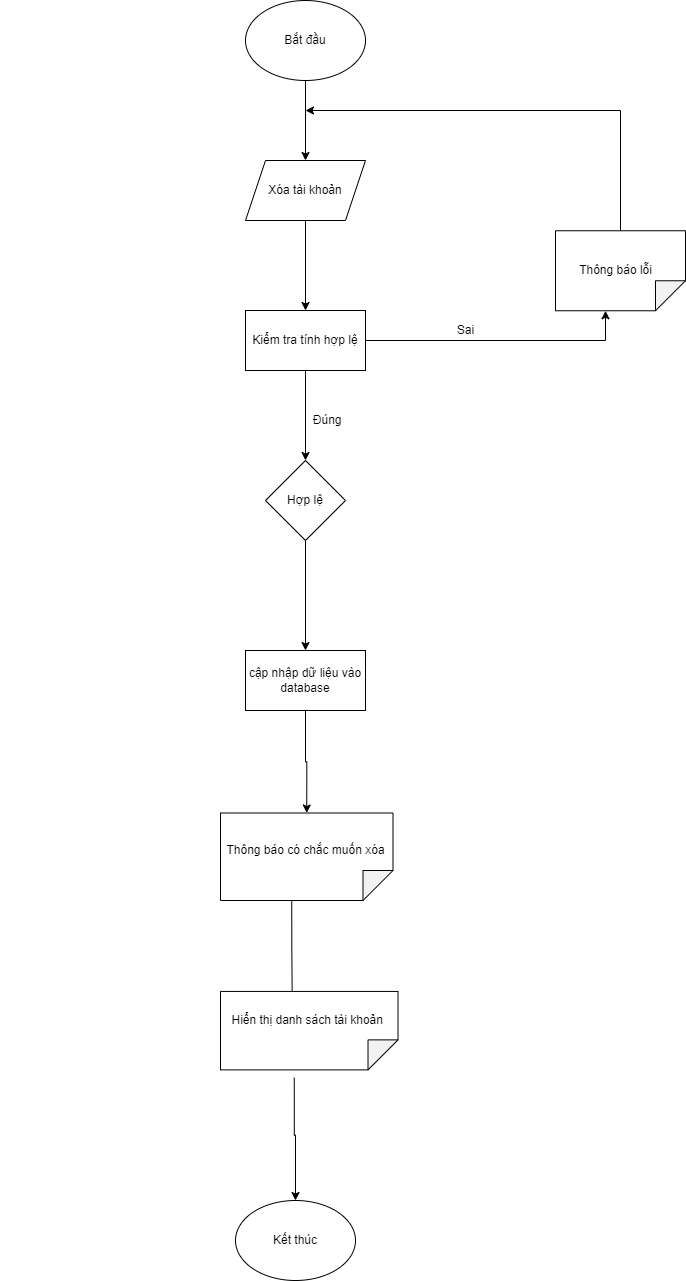
hungtadasuke/CoffeShop_SoftwareTechnology keeps this draw.io diagram as Word/PRD/PNG/xoataikhoan.drawio.png. Above is the earlier version. Source tidied: cells renumbered, new cells last; positions are measured from the earlier drawing's top-left corner, leaving out a move shared by most shapes. Its diagram source:
```xml
<mxGraphModel>
  <root>
    <mxCell id="0" />
    <mxCell id="1" parent="0" />
    <mxCell id="2" style="edgeStyle=orthogonalEdgeStyle;rounded=0;jettySize=auto;html=1;entryX=0.5;entryY=0;entryDx=0;entryDy=0;" parent="1" edge="1" source="3" target="5">
      <mxGeometry relative="1" as="geometry" />
    </mxCell>
    <mxCell id="3" value="Bắt đầu" style="ellipse;whiteSpace=wrap;html=1;" parent="1" vertex="1">
      <mxGeometry x="245" width="120" height="80" as="geometry" />
    </mxCell>
    <mxCell id="4" style="edgeStyle=orthogonalEdgeStyle;rounded=0;jettySize=auto;html=1;" parent="1" edge="1" source="5" target="8">
      <mxGeometry relative="1" as="geometry" />
    </mxCell>
    <mxCell id="5" value="Xóa tài khoản" style="shape=parallelogram;perimeter=parallelogramPerimeter;whiteSpace=wrap;html=1;fixedSize=1;" parent="1" vertex="1">
      <mxGeometry x="245" y="160" width="120" height="60" as="geometry" />
    </mxCell>
    <mxCell id="6" style="edgeStyle=orthogonalEdgeStyle;rounded=0;jettySize=auto;html=1;entryX=0.5;entryY=0;entryDx=0;entryDy=0;" parent="1" edge="1" source="8" target="10">
      <mxGeometry relative="1" as="geometry" />
    </mxCell>
    <mxCell id="7" style="edgeStyle=orthogonalEdgeStyle;rounded=0;jettySize=auto;html=1;exitX=1;exitY=0.5;exitDx=0;exitDy=0;entryX=0;entryY=0;entryDx=80;entryDy=80;entryPerimeter=0;" parent="1" edge="1" source="8" target="11">
      <mxGeometry relative="1" as="geometry" />
    </mxCell>
    <mxCell id="8" value="Kiểm tra tính hợp lệ" style="rounded=0;whiteSpace=wrap;html=1;" parent="1" vertex="1">
      <mxGeometry x="245" y="310" width="120" height="60" as="geometry" />
    </mxCell>
    <mxCell id="9" style="edgeStyle=orthogonalEdgeStyle;rounded=0;jettySize=auto;html=1;entryX=0.5;entryY=0;entryDx=0;entryDy=0;" parent="1" edge="1" source="10" target="13">
      <mxGeometry relative="1" as="geometry" />
    </mxCell>
    <mxCell id="10" value="Hợp lệ" style="rhombus;whiteSpace=wrap;html=1;" parent="1" vertex="1">
      <mxGeometry x="265" y="460" width="80" height="80" as="geometry" />
    </mxCell>
    <mxCell id="11" style="shape=note;whiteSpace=wrap;html=1;backgroundOutline=1;darkOpacity=0.05;rotation=90;" parent="1" vertex="1">
      <mxGeometry x="580" y="205.3" width="80" height="130" as="geometry" />
    </mxCell>
    <mxCell id="12" style="edgeStyle=orthogonalEdgeStyle;rounded=0;jettySize=auto;html=1;entryX=0;entryY=0.5;entryDx=0;entryDy=0;entryPerimeter=0;" parent="1" edge="1" source="13" target="15">
      <mxGeometry relative="1" as="geometry" />
    </mxCell>
    <mxCell id="13" value="cập nhập dữ liệu vào database" style="rounded=0;whiteSpace=wrap;html=1;" parent="1" vertex="1">
      <mxGeometry x="245" y="650" width="120" height="60" as="geometry" />
    </mxCell>
    <mxCell id="14" style="edgeStyle=orthogonalEdgeStyle;rounded=0;jettySize=auto;html=1;exitX=0;exitY=0;exitDx=87.5;exitDy=101.25;exitPerimeter=0;entryX=0.116;entryY=0.596;entryDx=0;entryDy=0;entryPerimeter=0;" parent="1" edge="1" source="15" target="22">
      <mxGeometry relative="1" as="geometry" />
    </mxCell>
    <mxCell id="15" style="shape=note;whiteSpace=wrap;html=1;backgroundOutline=1;darkOpacity=0.05;rotation=90;" parent="1" vertex="1">
      <mxGeometry x="262.5" y="770" width="87.5" height="172.5" as="geometry" />
    </mxCell>
    <mxCell id="16" value="Kết thúc" style="ellipse;whiteSpace=wrap;html=1;" parent="1" vertex="1">
      <mxGeometry x="235" y="1200" width="120" height="80" as="geometry" />
    </mxCell>
    <mxCell id="17" style="endArrow=classic;html=1;rounded=0;exitX=0;exitY=0.5;exitDx=0;exitDy=0;exitPerimeter=0;" parent="1" edge="1" source="11">
      <mxGeometry relative="1" as="geometry">
        <mxPoint x="305" y="110" as="targetPoint" />
        <Array as="points">
          <mxPoint x="620" y="110" />
        </Array>
      </mxGeometry>
    </mxCell>
    <mxCell id="18" value="Sai" style="text;html=1;align=center;verticalAlign=middle;strokeColor=none;fillColor=none;" parent="1" vertex="1">
      <mxGeometry x="450" y="320" width="30" height="20" as="geometry" />
    </mxCell>
    <mxCell id="19" value="&amp;nbsp; &amp;nbsp; &amp;nbsp; &amp;nbsp; &amp;nbsp; &amp;nbsp; &amp;nbsp; &amp;nbsp; &amp;nbsp; &amp;nbsp;Đúng" style="text;html=1;align=center;verticalAlign=middle;strokeColor=none;fillColor=none;" parent="1" vertex="1">
      <mxGeometry x="240" y="410" width="110" height="20" as="geometry" />
    </mxCell>
    <mxCell id="20" value="&amp;nbsp; &amp;nbsp; &amp;nbsp; &amp;nbsp; &amp;nbsp; &amp;nbsp; &amp;nbsp; &amp;nbsp; &amp;nbsp; &amp;nbsp; &amp;nbsp; &amp;nbsp; &amp;nbsp; &amp;nbsp; &amp;nbsp; &amp;nbsp; &amp;nbsp; &amp;nbsp; &amp;nbsp; &amp;nbsp; &amp;nbsp; &amp;nbsp; &amp;nbsp; &amp;nbsp; &amp;nbsp; &amp;nbsp; &amp;nbsp; &amp;nbsp; &amp;nbsp; &amp;nbsp; &amp;nbsp; &amp;nbsp; &amp;nbsp; &amp;nbsp; &amp;nbsp; &amp;nbsp; &amp;nbsp; &amp;nbsp; &amp;nbsp; &amp;nbsp; &amp;nbsp; &amp;nbsp; &amp;nbsp; &amp;nbsp; &amp;nbsp; &amp;nbsp; &amp;nbsp; &amp;nbsp; Thông báo lỗi" style="text;html=1;align=center;verticalAlign=middle;strokeColor=none;fillColor=none;" parent="1" vertex="1">
      <mxGeometry x="250" y="260" width="410" height="20" as="geometry" />
    </mxCell>
    <mxCell id="21" style="edgeStyle=orthogonalEdgeStyle;rounded=0;jettySize=auto;html=1;exitX=0;exitY=0;exitDx=86.25;exitDy=103.75;exitPerimeter=0;entryX=0.5;entryY=0;entryDx=0;entryDy=0;" parent="1" edge="1" source="22" target="16">
      <mxGeometry relative="1" as="geometry" />
    </mxCell>
    <mxCell id="22" style="shape=note;whiteSpace=wrap;html=1;backgroundOutline=1;darkOpacity=0.05;rotation=90;" parent="1" vertex="1">
      <mxGeometry x="269.5" y="941.4" width="78.4" height="177.5" as="geometry" />
    </mxCell>
    <mxCell id="23" value="&amp;nbsp; &amp;nbsp; &amp;nbsp; &amp;nbsp; &amp;nbsp; &amp;nbsp; &amp;nbsp; &amp;nbsp; &amp;nbsp; &amp;nbsp; &amp;nbsp; &amp;nbsp; &amp;nbsp; &amp;nbsp; &amp;nbsp; &amp;nbsp; &amp;nbsp; &amp;nbsp; &amp;nbsp; &amp;nbsp; &amp;nbsp; &amp;nbsp; &amp;nbsp; &amp;nbsp; &amp;nbsp; &amp;nbsp; &amp;nbsp; &amp;nbsp; &amp;nbsp; &amp;nbsp; &amp;nbsp; &amp;nbsp; &amp;nbsp; Thông báo có chắc muốn xóa" style="text;html=1;align=center;verticalAlign=middle;strokeColor=none;fillColor=none;" parent="1" vertex="1">
      <mxGeometry y="840" width="390" height="20" as="geometry" />
    </mxCell>
    <mxCell id="24" value="&amp;nbsp; &amp;nbsp; &amp;nbsp; &amp;nbsp; &amp;nbsp; &amp;nbsp; &amp;nbsp; &amp;nbsp; &amp;nbsp; &amp;nbsp; &amp;nbsp; &amp;nbsp; &amp;nbsp; &amp;nbsp; &amp;nbsp; &amp;nbsp; &amp;nbsp; &amp;nbsp; &amp;nbsp; &amp;nbsp; &amp;nbsp; &amp;nbsp; &amp;nbsp; &amp;nbsp; &amp;nbsp; &amp;nbsp; &amp;nbsp; &amp;nbsp; &amp;nbsp; &amp;nbsp; &amp;nbsp;Hiển thị danh sách tài khoản" style="text;html=1;align=center;verticalAlign=middle;strokeColor=none;fillColor=none;" parent="1" vertex="1">
      <mxGeometry x="20" y="1010" width="370" height="20" as="geometry" />
    </mxCell>
  </root>
</mxGraphModel>
```
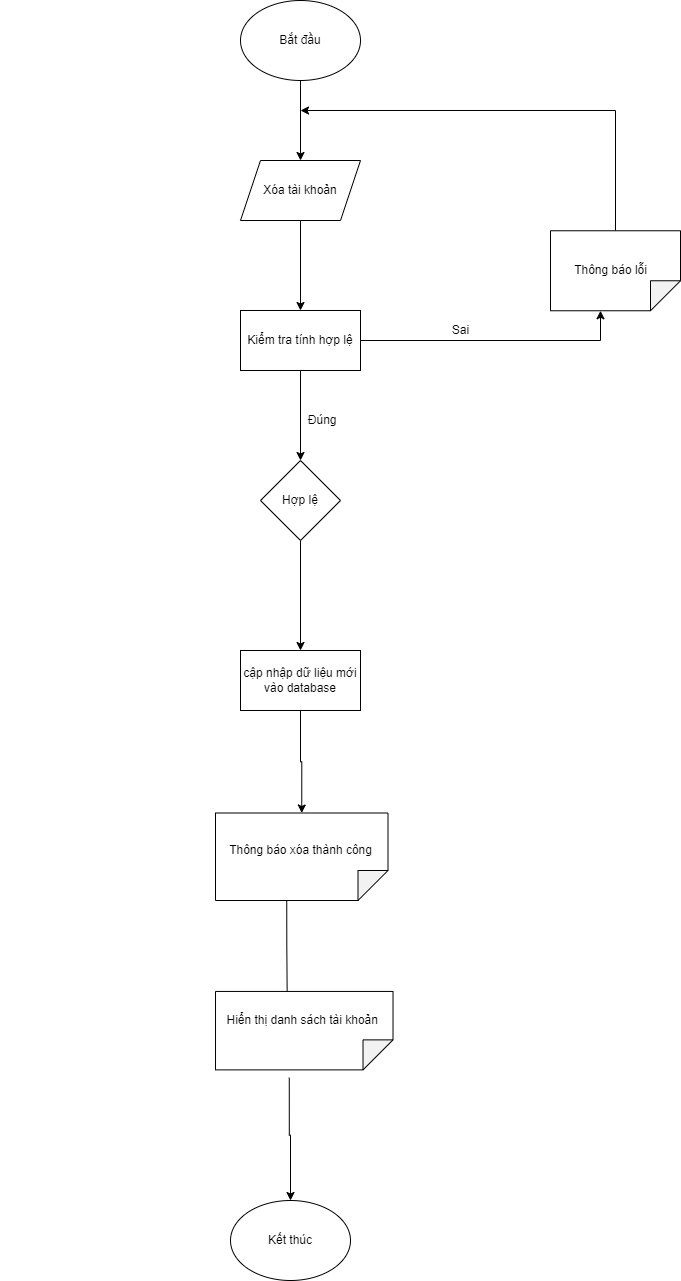
Later version of the same file.

The edit, as a diff of the source:
```diff
@@ -35,7 +35,7 @@
     <mxCell id="12" style="edgeStyle=orthogonalEdgeStyle;rounded=0;jettySize=auto;html=1;entryX=0;entryY=0.5;entryDx=0;entryDy=0;entryPerimeter=0;" parent="1" edge="1" source="13" target="15">
       <mxGeometry relative="1" as="geometry" />
     </mxCell>
-    <mxCell id="13" value="cập nhập dữ liệu vào database" style="rounded=0;whiteSpace=wrap;html=1;" parent="1" vertex="1">
+    <mxCell id="13" value="cập nhập dữ liệu mới vào database" style="rounded=0;whiteSpace=wrap;html=1;" parent="1" vertex="1">
       <mxGeometry x="245" y="650" width="120" height="60" as="geometry" />
     </mxCell>
     <mxCell id="14" style="edgeStyle=orthogonalEdgeStyle;rounded=0;jettySize=auto;html=1;exitX=0;exitY=0;exitDx=87.5;exitDy=101.25;exitPerimeter=0;entryX=0.116;entryY=0.596;entryDx=0;entryDy=0;entryPerimeter=0;" parent="1" edge="1" source="15" target="22">
@@ -70,8 +70,8 @@
     <mxCell id="22" style="shape=note;whiteSpace=wrap;html=1;backgroundOutline=1;darkOpacity=0.05;rotation=90;" parent="1" vertex="1">
       <mxGeometry x="269.5" y="941.4" width="78.4" height="177.5" as="geometry" />
     </mxCell>
-    <mxCell id="23" value="&amp;nbsp; &amp;nbsp; &amp;nbsp; &amp;nbsp; &amp;nbsp; &amp;nbsp; &amp;nbsp; &amp;nbsp; &amp;nbsp; &amp;nbsp; &amp;nbsp; &amp;nbsp; &amp;nbsp; &amp;nbsp; &amp;nbsp; &amp;nbsp; &amp;nbsp; &amp;nbsp; &amp;nbsp; &amp;nbsp; &amp;nbsp; &amp;nbsp; &amp;nbsp; &amp;nbsp; &amp;nbsp; &amp;nbsp; &amp;nbsp; &amp;nbsp; &amp;nbsp; &amp;nbsp; &amp;nbsp; &amp;nbsp; &amp;nbsp; Thông báo có chắc muốn xóa" style="text;html=1;align=center;verticalAlign=middle;strokeColor=none;fillColor=none;" parent="1" vertex="1">
-      <mxGeometry y="840" width="390" height="20" as="geometry" />
+    <mxCell id="23" value="&amp;nbsp; &amp;nbsp; &amp;nbsp; &amp;nbsp; &amp;nbsp; &amp;nbsp; &amp;nbsp; &amp;nbsp; &amp;nbsp; &amp;nbsp; &amp;nbsp; &amp;nbsp; &amp;nbsp; &amp;nbsp; &amp;nbsp; &amp;nbsp; &amp;nbsp; &amp;nbsp; &amp;nbsp; &amp;nbsp; &amp;nbsp; &amp;nbsp; &amp;nbsp; &amp;nbsp; &amp;nbsp; &amp;nbsp; &amp;nbsp; &amp;nbsp; &amp;nbsp; &amp;nbsp; &amp;nbsp; &amp;nbsp; &amp;nbsp; Thông báo xóa thành công" style="text;html=1;align=center;verticalAlign=middle;strokeColor=none;fillColor=none;" parent="1" vertex="1">
+      <mxGeometry x="5" y="840" width="380" height="20" as="geometry" />
     </mxCell>
     <mxCell id="24" value="&amp;nbsp; &amp;nbsp; &amp;nbsp; &amp;nbsp; &amp;nbsp; &amp;nbsp; &amp;nbsp; &amp;nbsp; &amp;nbsp; &amp;nbsp; &amp;nbsp; &amp;nbsp; &amp;nbsp; &amp;nbsp; &amp;nbsp; &amp;nbsp; &amp;nbsp; &amp;nbsp; &amp;nbsp; &amp;nbsp; &amp;nbsp; &amp;nbsp; &amp;nbsp; &amp;nbsp; &amp;nbsp; &amp;nbsp; &amp;nbsp; &amp;nbsp; &amp;nbsp; &amp;nbsp; &amp;nbsp;Hiển thị danh sách tài khoản" style="text;html=1;align=center;verticalAlign=middle;strokeColor=none;fillColor=none;" parent="1" vertex="1">
       <mxGeometry x="20" y="1010" width="370" height="20" as="geometry" />
```
